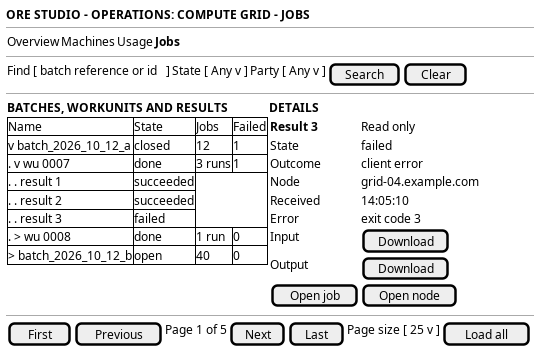
This is doc/knowledge/journeys/compute/wireframe_browse_the_grids_jobs.png from OreStudio/OreStudio, a PlantUML export, as it was before one commit. Its source is kept beside it as doc/knowledge/journeys/compute/wireframe_browse_the_grids_jobs.puml.
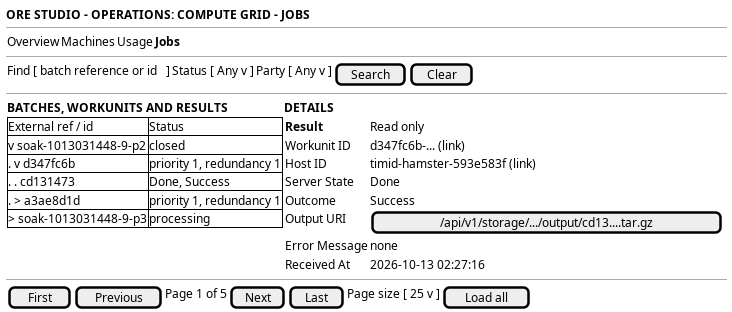
Later version of the same file.

Commit message:
[compute] Show only the entity fields in the jobs prototype

The edit, as a diff of the source:
```diff
@@ -9,30 +9,27 @@
   }
   --
   {
-    Find [ batch reference or id   ] | State [ Any v ] | Party [ Any v ] | [ Search ] | [ Clear ]
+    Find [ batch reference or id   ] | Status [ Any v ] | Party [ Any v ] | [ Search ] | [ Clear ]
   }
   --
   {
     <b>BATCHES, WORKUNITS AND RESULTS</b> | <b>DETAILS</b>
     {#
-      Name | State | Jobs | Failed
-      v batch_2026_10_12_a | closed | 12 | 1
-      . v wu 0007 | done | 3 runs | 1
-      . . result 1 | succeeded
-      . . result 2 | succeeded
-      . . result 3 | failed
-      . > wu 0008 | done | 1 run | 0
-      > batch_2026_10_12_b | open | 40 | 0
+      External ref / id | Status
+      v soak-1013031448-9-p2 | closed
+      . v d347fc6b | priority 1, redundancy 1
+      . . cd131473 | Done, Success
+      . > a3ae8d1d | priority 1, redundancy 1
+      > soak-1013031448-9-p3 | processing
     } | {
-      <b>Result 3</b> | Read only
-      State | failed
-      Outcome | client error
-      Node | grid-04.example.com
-      Received | 14:05:10
-      Error | exit code 3
-      Input | [ Download ]
-      Output | [ Download ]
-      [ Open job ] | [ Open node ]
+      <b>Result</b> | Read only
+      Workunit ID | d347fc6b-... (link)
+      Host ID | timid-hamster-593e583f (link)
+      Server State | Done
+      Outcome | Success
+      Output URI | [ /api/v1/storage/.../output/cd13....tar.gz ]
+      Error Message | none
+      Received At | 2026-10-13 02:27:16
     }
   }
   --
```
